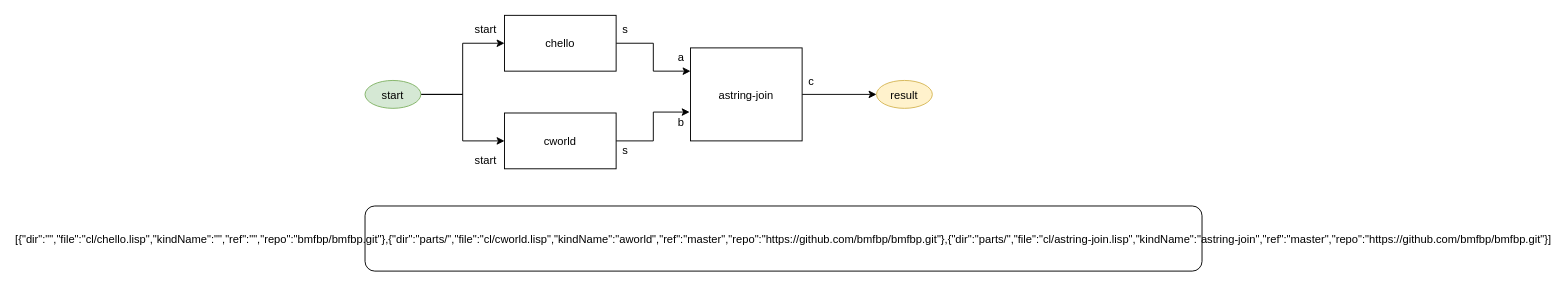
This is page "chelloworld" (2 of 5) of parts/diagram/helloworld.drawio from bmfbp/bmfbp, a draw.io file, before an edit. Source tidied: cells renumbered, new cells numbered last; positions are measured from the earlier drawing's top-left corner, leaving out a move shared by most shapes. Both pictures are drawn from the tidied source at 93%, with x=0, y=0 at pixel (365, 15).
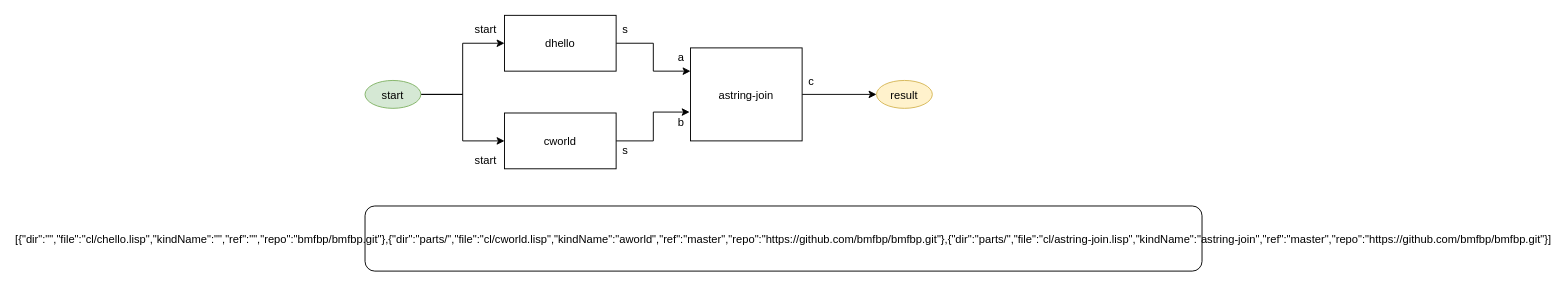
Above is the later version.

Commit message (it also covers changes not shown here):
compile diagram only

Diff of the diagram source:
```diff
@@
 <mxGraphModel>
   <root>
     <mxCell id="0" />
     <mxCell id="1" parent="0" />
     <mxCell id="2" style="edgeStyle=orthogonalEdgeStyle;rounded=0;jettySize=auto;html=1;exitX=1;exitY=0.5;exitDx=0;exitDy=0;entryX=0;entryY=0.25;entryDx=0;entryDy=0;" parent="1" edge="1" source="3" target="7">
       <mxGeometry relative="1" as="geometry" />
     </mxCell>
-    <mxCell id="3" value="chello" style="rounded=0;" parent="1" vertex="1">
+    <mxCell id="3" value="dhello" style="rounded=0;" parent="1" vertex="1">
       <mxGeometry x="150" width="120" height="60" as="geometry" />
     </mxCell>
     <mxCell id="4" style="edgeStyle=orthogonalEdgeStyle;rounded=0;jettySize=auto;html=1;entryX=-0.008;entryY=0.69;entryDx=0;entryDy=0;entryPerimeter=0;" parent="1" edge="1" source="5" target="7">
       <mxGeometry relative="1" as="geometry" />
     </mxCell>
     <mxCell id="5" value="cworld" style="rounded=0;" parent="1" vertex="1">
       <mxGeometry x="150" y="105" width="120" height="60" as="geometry" />
     </mxCell>
     <mxCell id="6" style="edgeStyle=orthogonalEdgeStyle;rounded=0;jettySize=auto;html=1;exitX=1;exitY=0.5;exitDx=0;exitDy=0;entryX=0;entryY=0.5;entryDx=0;entryDy=0;" parent="1" edge="1" source="7" target="16">
       <mxGeometry relative="1" as="geometry" />
     </mxCell>
     <mxCell id="7" value="astring-join" style="rounded=0;" parent="1" vertex="1">
       <mxGeometry x="350" y="35" width="120" height="100" as="geometry" />
     </mxCell>
     <mxCell id="8" value="c" style="text;strokeColor=none;fillColor=none;align=center;verticalAlign=middle;rounded=0;" parent="1" vertex="1">
       <mxGeometry x="470" y="60" width="20" height="20" as="geometry" />
     </mxCell>
     <mxCell id="9" value="s" style="text;strokeColor=none;fillColor=none;align=center;verticalAlign=middle;rounded=0;" parent="1" vertex="1">
       <mxGeometry x="270" y="5" width="20" height="20" as="geometry" />
     </mxCell>
     <mxCell id="10" value="s" style="text;strokeColor=none;fillColor=none;align=center;verticalAlign=middle;rounded=0;" parent="1" vertex="1">
       <mxGeometry x="270" y="135" width="20" height="20" as="geometry" />
     </mxCell>
     <mxCell id="11" value="a" style="text;strokeColor=none;fillColor=none;align=center;verticalAlign=middle;rounded=0;" parent="1" vertex="1">
       <mxGeometry x="330" y="35" width="20" height="20" as="geometry" />
     </mxCell>
     <mxCell id="12" value="b" style="text;strokeColor=none;fillColor=none;align=center;verticalAlign=middle;rounded=0;" parent="1" vertex="1">
       <mxGeometry x="330" y="105" width="20" height="20" as="geometry" />
     </mxCell>
     <mxCell id="13" style="edgeStyle=orthogonalEdgeStyle;rounded=0;jettySize=auto;html=1;exitX=1;exitY=0.5;exitDx=0;exitDy=0;entryX=0;entryY=0.5;entryDx=0;entryDy=0;" parent="1" edge="1" source="15" target="3">
       <mxGeometry relative="1" as="geometry" />
     </mxCell>
     <mxCell id="14" style="edgeStyle=orthogonalEdgeStyle;rounded=0;jettySize=auto;html=1;exitX=1;exitY=0.5;exitDx=0;exitDy=0;entryX=0;entryY=0.5;entryDx=0;entryDy=0;" parent="1" edge="1" source="15" target="5">
       <mxGeometry relative="1" as="geometry" />
     </mxCell>
     <mxCell id="15" value="start" style="ellipse;fillColor=#d5e8d4;strokeColor=#82b366;" parent="1" vertex="1">
       <mxGeometry y="70" width="60" height="30" as="geometry" />
     </mxCell>
     <mxCell id="16" value="result" style="ellipse;fillColor=#fff2cc;strokeColor=#d6b656;" parent="1" vertex="1">
       <mxGeometry x="550" y="70" width="60" height="30" as="geometry" />
     </mxCell>
     <mxCell id="17" value="start" style="text;strokeColor=none;fillColor=none;align=center;verticalAlign=middle;rounded=0;" parent="1" vertex="1">
       <mxGeometry x="110" y="5" width="40" height="20" as="geometry" />
     </mxCell>
     <mxCell id="18" value="start" style="text;strokeColor=none;fillColor=none;align=center;verticalAlign=middle;rounded=0;" parent="1" vertex="1">
       <mxGeometry x="110" y="145" width="40" height="20" as="geometry" />
     </mxCell>
     <mxCell id="19" value="[{&quot;dir&quot;:&quot;&quot;,&quot;file&quot;:&quot;cl/chello.lisp&quot;,&quot;kindName&quot;:&quot;&quot;,&quot;ref&quot;:&quot;&quot;,&quot;repo&quot;:&quot;bmfbp/bmfbp.git&quot;},{&quot;dir&quot;:&quot;parts/&quot;,&quot;file&quot;:&quot;cl/cworld.lisp&quot;,&quot;kindName&quot;:&quot;aworld&quot;,&quot;ref&quot;:&quot;master&quot;,&quot;repo&quot;:&quot;https://github.com/bmfbp/bmfbp.git&quot;},{&quot;dir&quot;:&quot;parts/&quot;,&quot;file&quot;:&quot;cl/astring-join.lisp&quot;,&quot;kindName&quot;:&quot;astring-join&quot;,&quot;ref&quot;:&quot;master&quot;,&quot;repo&quot;:&quot;https://github.com/bmfbp/bmfbp.git&quot;}]" style="rounded=1;" parent="1" vertex="1">
       <mxGeometry y="205" width="900" height="70" as="geometry" />
     </mxCell>
   </root>
 </mxGraphModel>
```
